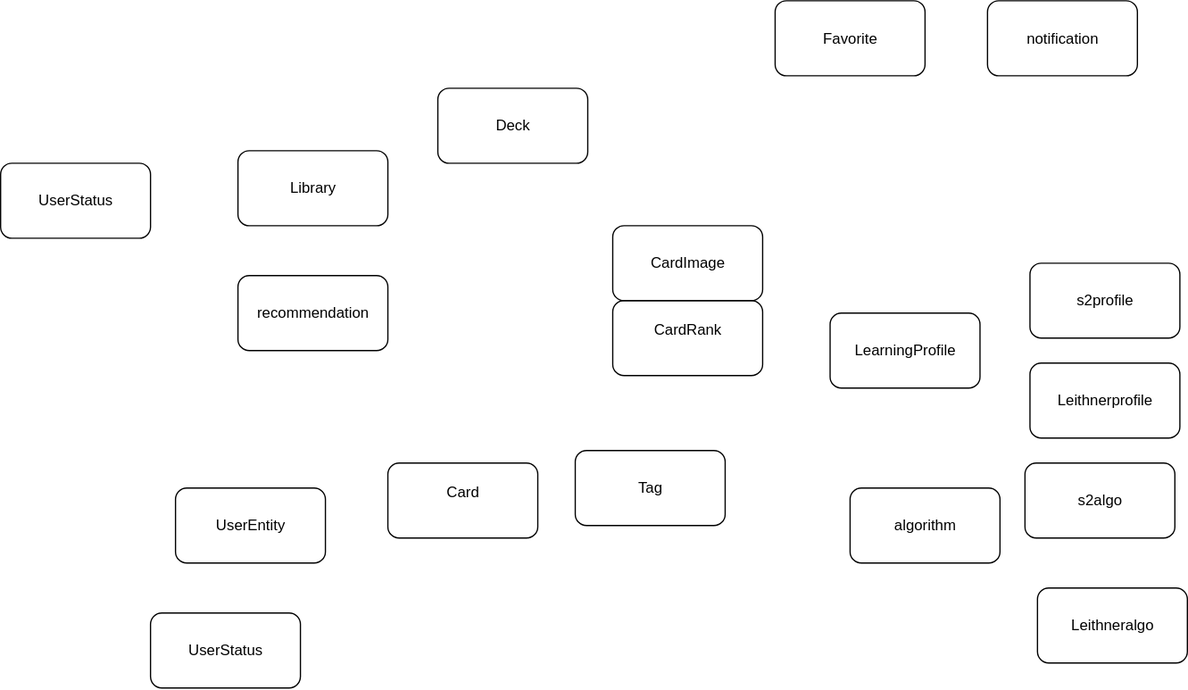
Above: thirdtool.drawio.svg in Third-tool/third-tool-backend (draw.io), before the change. Source tidied: cells renumbered, new cells last; positions are measured from the earlier drawing's top-left corner, leaving out a move shared by most shapes. Source of this version:
```xml
<mxGraphModel>
  <root>
    <mxCell id="0" />
    <mxCell id="1" parent="0" />
    <mxCell id="2" value="Card&lt;div&gt;&lt;br&gt;&lt;/div&gt;" style="rounded=1;whiteSpace=wrap;html=1;" parent="1" vertex="1">
      <mxGeometry x="310" y="370" width="120" height="60" as="geometry" />
    </mxCell>
    <mxCell id="3" value="&lt;div&gt;Deck&lt;/div&gt;" style="rounded=1;whiteSpace=wrap;html=1;" parent="1" vertex="1">
      <mxGeometry x="350" y="70" width="120" height="60" as="geometry" />
    </mxCell>
    <mxCell id="4" value="UserEntity" style="rounded=1;whiteSpace=wrap;html=1;" parent="1" vertex="1">
      <mxGeometry x="140" y="390" width="120" height="60" as="geometry" />
    </mxCell>
    <mxCell id="5" value="LearningProfile" style="rounded=1;whiteSpace=wrap;html=1;" parent="1" vertex="1">
      <mxGeometry x="664" y="250" width="120" height="60" as="geometry" />
    </mxCell>
    <mxCell id="6" value="algorithm" style="rounded=1;whiteSpace=wrap;html=1;" parent="1" vertex="1">
      <mxGeometry x="680" y="390" width="120" height="60" as="geometry" />
    </mxCell>
    <mxCell id="7" value="recommendation" style="rounded=1;whiteSpace=wrap;html=1;" parent="1" vertex="1">
      <mxGeometry x="190" y="220" width="120" height="60" as="geometry" />
    </mxCell>
    <mxCell id="8" value="notification" style="rounded=1;whiteSpace=wrap;html=1;" parent="1" vertex="1">
      <mxGeometry x="790" width="120" height="60" as="geometry" />
    </mxCell>
    <mxCell id="9" value="Library" style="rounded=1;whiteSpace=wrap;html=1;" parent="1" vertex="1">
      <mxGeometry x="190" y="120" width="120" height="60" as="geometry" />
    </mxCell>
    <mxCell id="10" value="&lt;div&gt;Tag&lt;/div&gt;" style="rounded=1;whiteSpace=wrap;html=1;" parent="1" vertex="1">
      <mxGeometry x="460" y="360" width="120" height="60" as="geometry" />
    </mxCell>
    <mxCell id="11" value="s2algo" style="rounded=1;whiteSpace=wrap;html=1;" parent="1" vertex="1">
      <mxGeometry x="820" y="370" width="120" height="60" as="geometry" />
    </mxCell>
    <mxCell id="12" value="Leithneralgo" style="rounded=1;whiteSpace=wrap;html=1;" parent="1" vertex="1">
      <mxGeometry x="830" y="470" width="120" height="60" as="geometry" />
    </mxCell>
    <mxCell id="13" value="s2profile" style="rounded=1;whiteSpace=wrap;html=1;" parent="1" vertex="1">
      <mxGeometry x="824" y="210" width="120" height="60" as="geometry" />
    </mxCell>
    <mxCell id="14" value="Leithnerprofile" style="rounded=1;whiteSpace=wrap;html=1;" parent="1" vertex="1">
      <mxGeometry x="824" y="290" width="120" height="60" as="geometry" />
    </mxCell>
    <mxCell id="15" value="UserStatus" style="rounded=1;whiteSpace=wrap;html=1;" parent="1" vertex="1">
      <mxGeometry x="120" y="490" width="120" height="60" as="geometry" />
    </mxCell>
    <mxCell id="16" value="UserStatus" style="rounded=1;whiteSpace=wrap;html=1;" parent="1" vertex="1">
      <mxGeometry y="130" width="120" height="60" as="geometry" />
    </mxCell>
    <mxCell id="17" value="Favorite" style="rounded=1;whiteSpace=wrap;html=1;" parent="1" vertex="1">
      <mxGeometry x="620" width="120" height="60" as="geometry" />
    </mxCell>
    <mxCell id="18" value="CardRank&lt;div&gt;&lt;br&gt;&lt;/div&gt;" style="rounded=1;whiteSpace=wrap;html=1;" parent="1" vertex="1">
      <mxGeometry x="490" y="240" width="120" height="60" as="geometry" />
    </mxCell>
    <mxCell id="19" value="&lt;div&gt;CardImage&lt;/div&gt;" style="rounded=1;whiteSpace=wrap;html=1;" parent="1" vertex="1">
      <mxGeometry x="490" y="180" width="120" height="60" as="geometry" />
    </mxCell>
  </root>
</mxGraphModel>
```
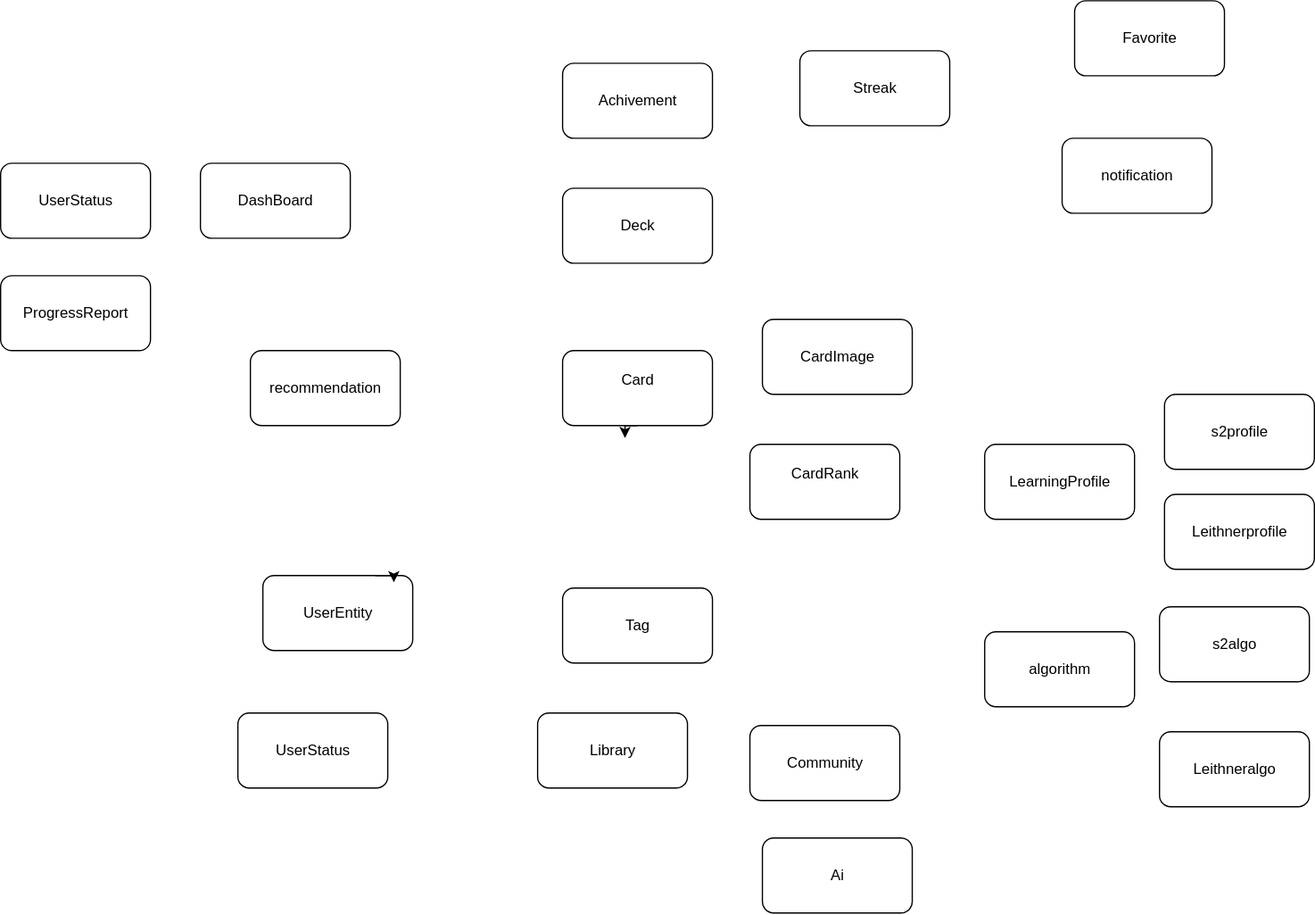
Above is the later version.

Change to the diagram source:
```diff
@@ -2,59 +2,85 @@
   <root>
     <mxCell id="0" />
     <mxCell id="1" parent="0" />
+    <mxCell id="20" style="edgeStyle=orthogonalEdgeStyle;rounded=0;jettySize=auto;html=1;exitX=0.5;exitY=1;exitDx=0;exitDy=0;" parent="1" edge="1" source="2">
+      <mxGeometry relative="1" as="geometry">
+        <mxPoint x="420" y="270" as="targetPoint" />
+      </mxGeometry>
+    </mxCell>
     <mxCell id="2" value="Card&lt;div&gt;&lt;br&gt;&lt;/div&gt;" style="rounded=1;whiteSpace=wrap;html=1;" parent="1" vertex="1">
-      <mxGeometry x="310" y="370" width="120" height="60" as="geometry" />
+      <mxGeometry x="370" y="200" width="120" height="60" as="geometry" />
     </mxCell>
     <mxCell id="3" value="&lt;div&gt;Deck&lt;/div&gt;" style="rounded=1;whiteSpace=wrap;html=1;" parent="1" vertex="1">
-      <mxGeometry x="350" y="70" width="120" height="60" as="geometry" />
+      <mxGeometry x="370" y="70" width="120" height="60" as="geometry" />
     </mxCell>
     <mxCell id="4" value="UserEntity" style="rounded=1;whiteSpace=wrap;html=1;" parent="1" vertex="1">
-      <mxGeometry x="140" y="390" width="120" height="60" as="geometry" />
+      <mxGeometry x="130" y="380" width="120" height="60" as="geometry" />
     </mxCell>
     <mxCell id="5" value="LearningProfile" style="rounded=1;whiteSpace=wrap;html=1;" parent="1" vertex="1">
-      <mxGeometry x="664" y="250" width="120" height="60" as="geometry" />
+      <mxGeometry x="708" y="275" width="120" height="60" as="geometry" />
     </mxCell>
     <mxCell id="6" value="algorithm" style="rounded=1;whiteSpace=wrap;html=1;" parent="1" vertex="1">
-      <mxGeometry x="680" y="390" width="120" height="60" as="geometry" />
+      <mxGeometry x="708" y="425" width="120" height="60" as="geometry" />
     </mxCell>
     <mxCell id="7" value="recommendation" style="rounded=1;whiteSpace=wrap;html=1;" parent="1" vertex="1">
-      <mxGeometry x="190" y="220" width="120" height="60" as="geometry" />
+      <mxGeometry x="120" y="200" width="120" height="60" as="geometry" />
     </mxCell>
     <mxCell id="8" value="notification" style="rounded=1;whiteSpace=wrap;html=1;" parent="1" vertex="1">
-      <mxGeometry x="790" width="120" height="60" as="geometry" />
+      <mxGeometry x="770" y="30" width="120" height="60" as="geometry" />
     </mxCell>
     <mxCell id="9" value="Library" style="rounded=1;whiteSpace=wrap;html=1;" parent="1" vertex="1">
-      <mxGeometry x="190" y="120" width="120" height="60" as="geometry" />
+      <mxGeometry x="350" y="490" width="120" height="60" as="geometry" />
     </mxCell>
     <mxCell id="10" value="&lt;div&gt;Tag&lt;/div&gt;" style="rounded=1;whiteSpace=wrap;html=1;" parent="1" vertex="1">
-      <mxGeometry x="460" y="360" width="120" height="60" as="geometry" />
+      <mxGeometry x="370" y="390" width="120" height="60" as="geometry" />
     </mxCell>
     <mxCell id="11" value="s2algo" style="rounded=1;whiteSpace=wrap;html=1;" parent="1" vertex="1">
-      <mxGeometry x="820" y="370" width="120" height="60" as="geometry" />
+      <mxGeometry x="848" y="405" width="120" height="60" as="geometry" />
     </mxCell>
     <mxCell id="12" value="Leithneralgo" style="rounded=1;whiteSpace=wrap;html=1;" parent="1" vertex="1">
-      <mxGeometry x="830" y="470" width="120" height="60" as="geometry" />
+      <mxGeometry x="848" y="505" width="120" height="60" as="geometry" />
     </mxCell>
     <mxCell id="13" value="s2profile" style="rounded=1;whiteSpace=wrap;html=1;" parent="1" vertex="1">
-      <mxGeometry x="824" y="210" width="120" height="60" as="geometry" />
+      <mxGeometry x="852" y="235" width="120" height="60" as="geometry" />
     </mxCell>
     <mxCell id="14" value="Leithnerprofile" style="rounded=1;whiteSpace=wrap;html=1;" parent="1" vertex="1">
-      <mxGeometry x="824" y="290" width="120" height="60" as="geometry" />
+      <mxGeometry x="852" y="315" width="120" height="60" as="geometry" />
     </mxCell>
     <mxCell id="15" value="UserStatus" style="rounded=1;whiteSpace=wrap;html=1;" parent="1" vertex="1">
-      <mxGeometry x="120" y="490" width="120" height="60" as="geometry" />
+      <mxGeometry x="110" y="490" width="120" height="60" as="geometry" />
     </mxCell>
     <mxCell id="16" value="UserStatus" style="rounded=1;whiteSpace=wrap;html=1;" parent="1" vertex="1">
-      <mxGeometry y="130" width="120" height="60" as="geometry" />
+      <mxGeometry x="-80" y="50" width="120" height="60" as="geometry" />
     </mxCell>
     <mxCell id="17" value="Favorite" style="rounded=1;whiteSpace=wrap;html=1;" parent="1" vertex="1">
-      <mxGeometry x="620" width="120" height="60" as="geometry" />
+      <mxGeometry x="780" y="-80" width="120" height="60" as="geometry" />
     </mxCell>
     <mxCell id="18" value="CardRank&lt;div&gt;&lt;br&gt;&lt;/div&gt;" style="rounded=1;whiteSpace=wrap;html=1;" parent="1" vertex="1">
-      <mxGeometry x="490" y="240" width="120" height="60" as="geometry" />
+      <mxGeometry x="520" y="275" width="120" height="60" as="geometry" />
     </mxCell>
     <mxCell id="19" value="&lt;div&gt;CardImage&lt;/div&gt;" style="rounded=1;whiteSpace=wrap;html=1;" parent="1" vertex="1">
-      <mxGeometry x="490" y="180" width="120" height="60" as="geometry" />
+      <mxGeometry x="530" y="175" width="120" height="60" as="geometry" />
     </mxCell>
+    <mxCell id="21" value="DashBoard" style="rounded=1;whiteSpace=wrap;html=1;" parent="1" vertex="1">
+      <mxGeometry x="80" y="50" width="120" height="60" as="geometry" />
+    </mxCell>
+    <mxCell id="22" value="Streak" style="rounded=1;whiteSpace=wrap;html=1;" parent="1" vertex="1">
+      <mxGeometry x="560" y="-40" width="120" height="60" as="geometry" />
+    </mxCell>
+    <mxCell id="23" value="Achivement" style="rounded=1;whiteSpace=wrap;html=1;" parent="1" vertex="1">
+      <mxGeometry x="370" y="-30" width="120" height="60" as="geometry" />
+    </mxCell>
+    <mxCell id="24" value="ProgressReport" style="rounded=1;whiteSpace=wrap;html=1;" parent="1" vertex="1">
+      <mxGeometry x="-80" y="140" width="120" height="60" as="geometry" />
+    </mxCell>
+    <mxCell id="25" style="edgeStyle=orthogonalEdgeStyle;rounded=0;orthogonalLoop=1;jettySize=auto;html=1;exitX=0.75;exitY=0;exitDx=0;exitDy=0;entryX=0.874;entryY=0.09;entryDx=0;entryDy=0;entryPerimeter=0;" parent="1" edge="1" source="4" target="4">
+      <mxGeometry relative="1" as="geometry" />
+    </mxCell>
+    <mxCell id="26" value="Community" style="rounded=1;whiteSpace=wrap;html=1;" parent="1" vertex="1">
+      <mxGeometry x="520" y="500" width="120" height="60" as="geometry" />
+    </mxCell>
+    <mxCell id="27" value="Ai" style="rounded=1;whiteSpace=wrap;html=1;" parent="1" vertex="1">
+      <mxGeometry x="530" y="590" width="120" height="60" as="geometry" />
+    </mxCell>
   </root>
 </mxGraphModel>
```
